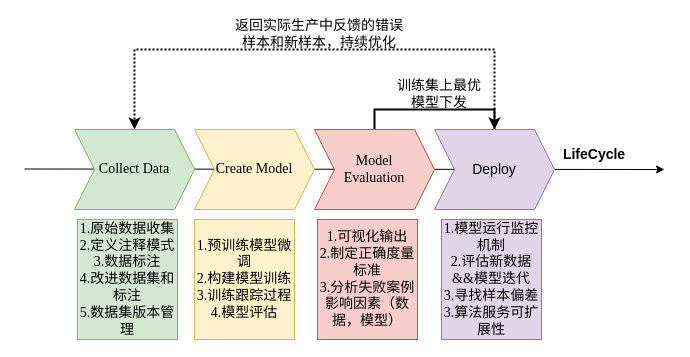
paleblackless/diagrams keeps this draw.io diagram as AI算法生命周期.drawio. Above is the earlier version. Source tidied: cells renumbered, new cells numbered last; positions are measured from the earlier drawing's top-left corner, leaving out a move shared by most shapes. Both pictures are drawn from the tidied source at 100%, with x=0, y=0 at pixel (24, 19).
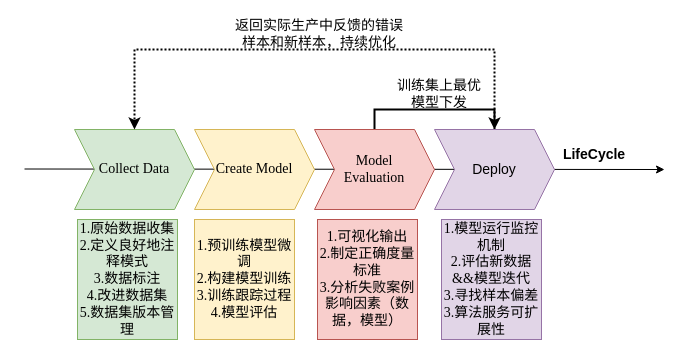
Above is the later version.

Commit message (it also covers changes not shown here):
更新AI算法生命周期.drawio

The edit, as a diff of the source:
```diff
@@
 <mxGraphModel>
   <root>
     <mxCell id="0" />
     <mxCell id="1" parent="0" />
     <mxCell id="2" style="endArrow=classic;html=1;rounded=0;" parent="1" edge="1">
       <mxGeometry relative="1" as="geometry">
         <mxPoint y="149.5" as="sourcePoint" />
         <mxPoint x="640" y="150" as="targetPoint" />
       </mxGeometry>
     </mxCell>
     <mxCell id="3" value="Collect Data" style="shape=step;perimeter=stepPerimeter;whiteSpace=wrap;html=1;fixedSize=1;fillColor=#d5e8d4;strokeColor=#82b366;fontFamily=Times New Roman;fontSize=14;" parent="1" vertex="1">
       <mxGeometry x="50" y="110" width="120" height="80" as="geometry" />
     </mxCell>
     <mxCell id="4" value="Create Model" style="shape=step;perimeter=stepPerimeter;whiteSpace=wrap;html=1;fixedSize=1;fillColor=#fff2cc;strokeColor=#d6b656;fontFamily=Times New Roman;fontSize=14;" parent="1" vertex="1">
       <mxGeometry x="170" y="110" width="120" height="80" as="geometry" />
     </mxCell>
     <mxCell id="5" style="edgeStyle=orthogonalEdgeStyle;rounded=0;jettySize=auto;html=1;exitX=0.5;exitY=0;exitDx=0;exitDy=0;entryX=0.5;entryY=0;entryDx=0;entryDy=0;strokeWidth=2;fontFamily=Times New Roman;fontSize=14;" parent="1" edge="1" source="6" target="8">
       <mxGeometry relative="1" as="geometry" />
     </mxCell>
     <mxCell id="6" value="Model &lt;br&gt;Evaluation" style="shape=step;perimeter=stepPerimeter;whiteSpace=wrap;html=1;fixedSize=1;fillColor=#f8cecc;strokeColor=#b85450;fontFamily=Times New Roman;fontSize=14;" parent="1" vertex="1">
       <mxGeometry x="290" y="110" width="120" height="80" as="geometry" />
     </mxCell>
     <mxCell id="7" style="edgeStyle=orthogonalEdgeStyle;rounded=0;jettySize=auto;html=1;exitX=0.5;exitY=0;exitDx=0;exitDy=0;entryX=0.5;entryY=0;entryDx=0;entryDy=0;fontFamily=Times New Roman;fontSize=14;dashed=1;dashPattern=1 1;strokeWidth=2;" parent="1" edge="1" source="8" target="3">
       <mxGeometry relative="1" as="geometry">
         <Array as="points">
           <mxPoint x="470" y="30" />
           <mxPoint x="110" y="30" />
         </Array>
       </mxGeometry>
     </mxCell>
     <mxCell id="8" value="Deploy" style="shape=step;perimeter=stepPerimeter;whiteSpace=wrap;html=1;fixedSize=1;fillColor=#e1d5e7;strokeColor=#9673a6;fontSize=14;" parent="1" vertex="1">
       <mxGeometry x="410" y="110" width="120" height="80" as="geometry" />
     </mxCell>
     <mxCell id="9" value="&lt;b&gt;&lt;font style=&quot;font-size: 14px;&quot;&gt;LifeCycle&lt;/font&gt;&lt;/b&gt;" style="text;html=1;strokeColor=none;fillColor=none;align=center;verticalAlign=middle;whiteSpace=wrap;rounded=0;" parent="1" vertex="1">
       <mxGeometry x="540" y="120" width="60" height="30" as="geometry" />
     </mxCell>
-    <mxCell id="10" value="1.原始数据收集&lt;br&gt;2.定义注释模式&lt;br&gt;3.数据标注&lt;br&gt;4.改进数据集和标注&lt;br&gt;5.数据集版本管理" style="text;html=1;strokeColor=#82b366;fillColor=#d5e8d4;align=center;verticalAlign=middle;whiteSpace=wrap;rounded=0;fontSize=14;fontFamily=Times New Roman;" parent="1" vertex="1">
+    <mxCell id="10" value="1.原始数据收集&lt;br&gt;2.定义良好地注释模式&lt;br&gt;3.数据标注&lt;br&gt;4.改进数据集&lt;br&gt;5.数据集版本管理" style="text;html=1;strokeColor=#82b366;fillColor=#d5e8d4;align=center;verticalAlign=middle;whiteSpace=wrap;rounded=0;fontSize=14;fontFamily=Times New Roman;" parent="1" vertex="1">
       <mxGeometry x="53" y="200" width="100" height="120" as="geometry" />
     </mxCell>
     <mxCell id="11" value="1.预训练模型微调&lt;br&gt;2.构建模型训练&lt;br&gt;3.训练跟踪过程4.模型评估" style="text;html=1;strokeColor=#d6b656;fillColor=#fff2cc;align=center;verticalAlign=middle;whiteSpace=wrap;rounded=0;fontSize=14;fontFamily=Times New Roman;" parent="1" vertex="1">
       <mxGeometry x="170" y="200" width="100" height="120" as="geometry" />
     </mxCell>
     <mxCell id="12" value="1.可视化输出&lt;br&gt;2.制定正确度量标准&lt;br&gt;3.分析失败案例影响因素（数据，模型）" style="text;html=1;strokeColor=#b85450;fillColor=#f8cecc;align=center;verticalAlign=middle;whiteSpace=wrap;rounded=0;fontSize=14;fontFamily=Times New Roman;" parent="1" vertex="1">
       <mxGeometry x="293" y="200" width="100" height="120" as="geometry" />
     </mxCell>
     <mxCell id="13" value="1.模型运行监控机制&lt;br&gt;2.评估新数据&amp;amp;&amp;amp;模型迭代&lt;br&gt;3.寻找样本偏差&lt;br&gt;3.算法服务可扩展性" style="text;html=1;strokeColor=#9673a6;fillColor=#e1d5e7;align=center;verticalAlign=middle;whiteSpace=wrap;rounded=0;fontSize=14;fontFamily=Times New Roman;" parent="1" vertex="1">
       <mxGeometry x="417" y="200" width="100" height="120" as="geometry" />
     </mxCell>
     <mxCell id="14" value="训练集上最优模型下发" style="text;html=1;strokeColor=none;fillColor=none;align=center;verticalAlign=middle;whiteSpace=wrap;rounded=0;fontSize=14;fontFamily=Times New Roman;" parent="1" vertex="1">
       <mxGeometry x="370" y="60" width="90" height="30" as="geometry" />
     </mxCell>
     <mxCell id="15" value="返回实际生产中反馈的错误样本和新样本，持续优化" style="text;html=1;strokeColor=none;fillColor=none;align=center;verticalAlign=middle;whiteSpace=wrap;rounded=0;fontSize=14;fontFamily=Times New Roman;" parent="1" vertex="1">
       <mxGeometry x="210" width="170" height="30" as="geometry" />
     </mxCell>
   </root>
 </mxGraphModel>
```
